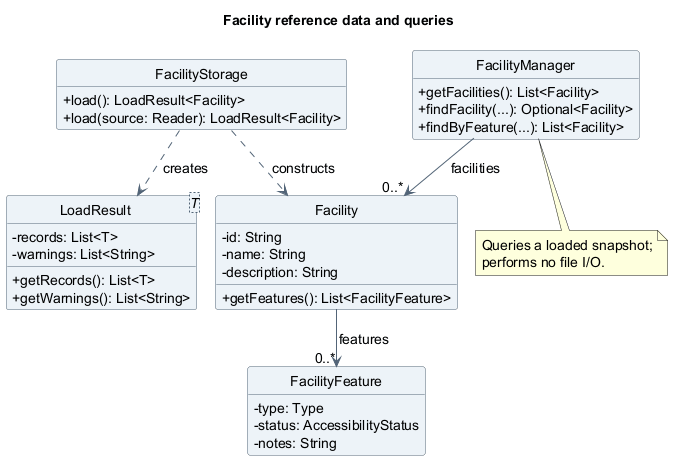
The PlantUML diagram docs/images/luke/class/FacilityClassDiagram.png in AY2627S1-CS2113-T10-4/tp, before a commit. Its diagram source:
```plantuml
@startuml
!pragma layout smetana
title Facility reference data and queries
skinparam backgroundColor white
skinparam shadowing false
skinparam defaultFontName SansSerif
skinparam defaultFontSize 14
skinparam classAttributeIconSize 0
skinparam classBackgroundColor #EDF3F8
skinparam classBorderColor #526477
skinparam ArrowColor #526477
hide circle
hide empty members

class FacilityStorage {
  +load(): LoadResult<Facility>
  +load(source: Reader): LoadResult<Facility>
}
class LoadResult<T> {
  -records: List<T>
  -warnings: List<String>
  +getRecords(): List<T>
  +getWarnings(): List<String>
}
class FacilityManager {
  +getFacilities(): List<Facility>
  +findFacility(...): Optional<Facility>
  +findByFeature(...): List<Facility>
}
class Facility {
  -id: String
  -name: String
  -description: String
  +getFeatures(): List<FacilityFeature>
}
class FacilityFeature {
  -type: Type
  -status: AccessibilityStatus
  -notes: String
}

FacilityStorage ..> LoadResult : creates
FacilityStorage ..> Facility : constructs
FacilityManager --> "0..*" Facility : facilities
Facility --> "0..*" FacilityFeature : features

note bottom of FacilityManager
  Queries a loaded snapshot;
  performs no file I/O.
end note
@enduml
```
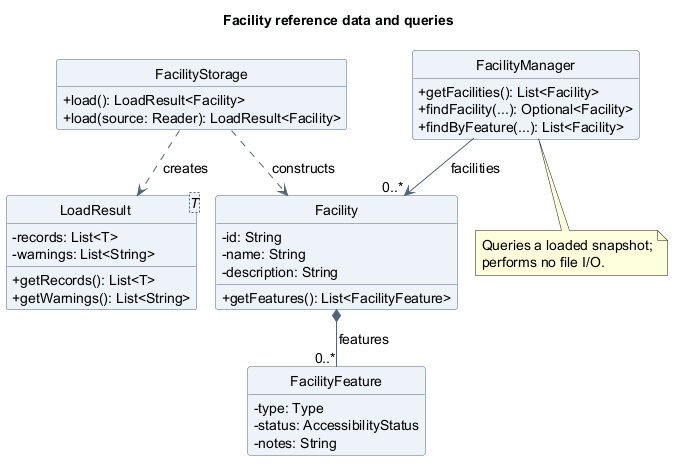
The same file after the commit.

Diff of the diagram source:
```diff
@@ -42,7 +42,7 @@
 FacilityStorage ..> LoadResult : creates
 FacilityStorage ..> Facility : constructs
 FacilityManager --> "0..*" Facility : facilities
-Facility --> "0..*" FacilityFeature : features
+Facility *-- "0..*" FacilityFeature : features
 
 note bottom of FacilityManager
   Queries a loaded snapshot;
```
